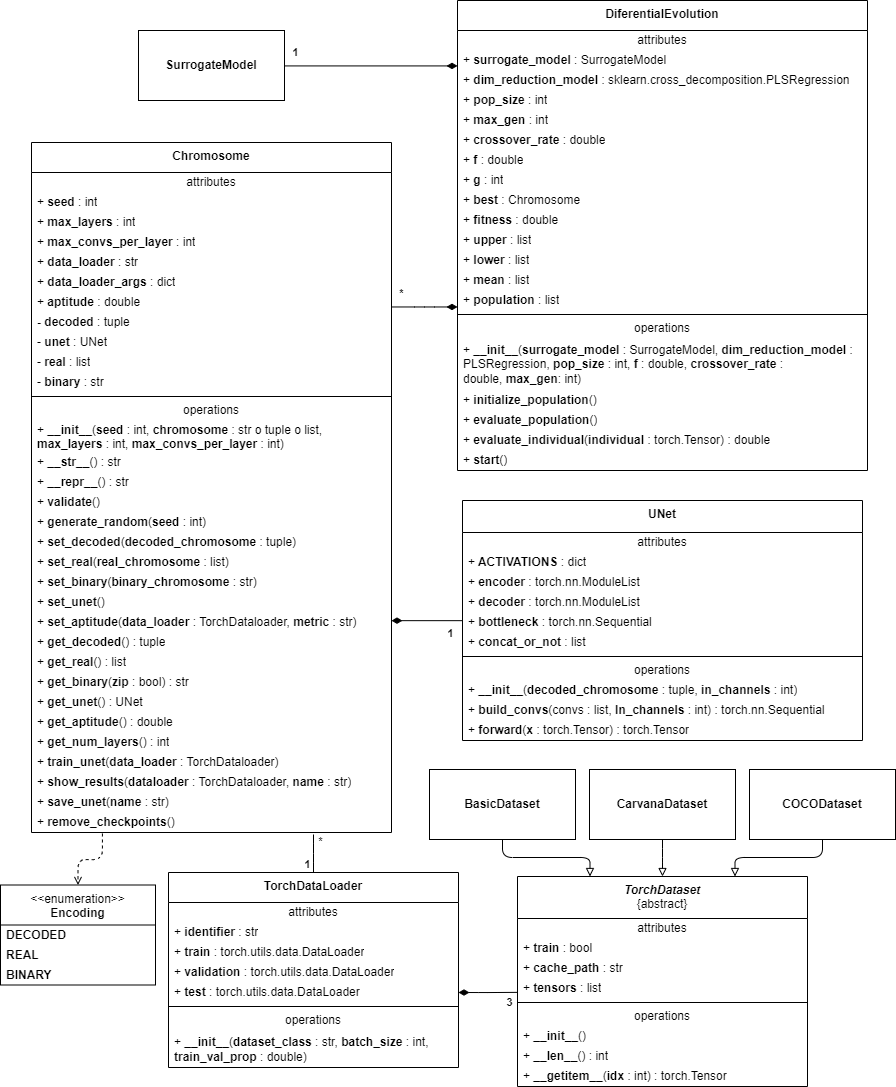
Above: diagramas/UML/Clases.drawio.png in TT-NAS/NAS (draw.io), before the change. Source tidied: cells renumbered, new cells last; positions are measured from the earlier drawing's top-left corner, leaving out a move shared by most shapes.
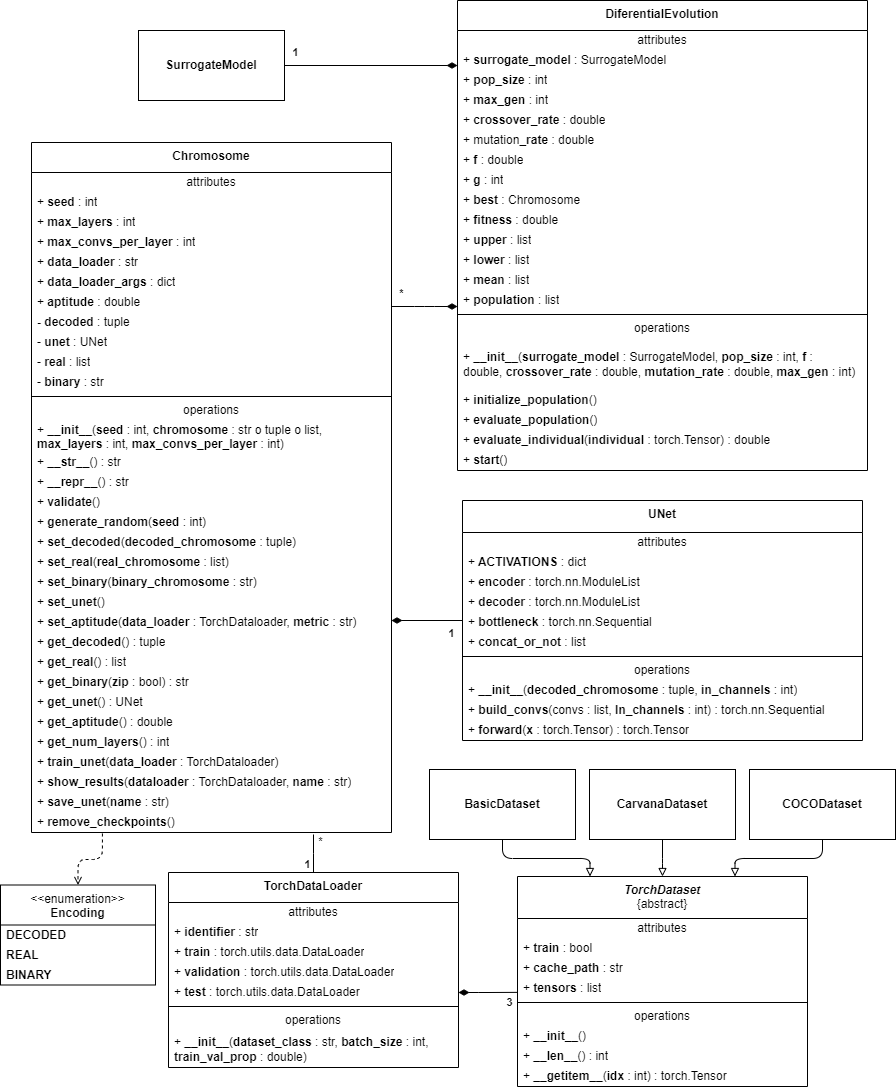
The same diagram one commit later.

Change to the diagram source:
```diff
@@ -270,18 +270,18 @@
     <mxCell id="87" value="+&lt;b&gt;&amp;nbsp;surrogate_model&amp;nbsp;&lt;/b&gt;: SurrogateModel" style="text;html=1;strokeColor=none;fillColor=none;align=left;verticalAlign=middle;spacingLeft=4;spacingRight=4;overflow=hidden;whiteSpace=wrap;fontColor=#000000;" parent="85" vertex="1">
       <mxGeometry y="50" width="410" height="20" as="geometry" />
     </mxCell>
-    <mxCell id="88" value="+ &lt;b&gt;dim_reduction_model&amp;nbsp;&lt;/b&gt;:&amp;nbsp;sklearn.cross_decomposition.PLSRegression" style="text;html=1;strokeColor=none;fillColor=none;align=left;verticalAlign=middle;spacingLeft=4;spacingRight=4;overflow=hidden;whiteSpace=wrap;fontColor=#000000;" parent="85" vertex="1">
-      <mxGeometry y="70" width="410" height="20" as="geometry" />
-    </mxCell>
     <mxCell id="89" value="+ &lt;b&gt;pop_size&amp;nbsp;&lt;/b&gt;: int" style="text;html=1;strokeColor=none;fillColor=none;align=left;verticalAlign=middle;spacingLeft=4;spacingRight=4;overflow=hidden;whiteSpace=wrap;fontColor=#000000;" parent="85" vertex="1">
-      <mxGeometry y="90" width="410" height="20" as="geometry" />
+      <mxGeometry y="70" width="410" height="20" as="geometry" />
     </mxCell>
     <mxCell id="90" value="+ &lt;b&gt;max_gen&amp;nbsp;&lt;/b&gt;: int" style="text;html=1;strokeColor=none;fillColor=none;align=left;verticalAlign=middle;spacingLeft=4;spacingRight=4;overflow=hidden;whiteSpace=wrap;fontColor=#000000;" parent="85" vertex="1">
-      <mxGeometry y="110" width="410" height="20" as="geometry" />
+      <mxGeometry y="90" width="410" height="20" as="geometry" />
     </mxCell>
     <mxCell id="91" value="+ &lt;b&gt;crossover_rate&amp;nbsp;&lt;/b&gt;: double" style="text;html=1;strokeColor=none;fillColor=none;align=left;verticalAlign=middle;spacingLeft=4;spacingRight=4;overflow=hidden;whiteSpace=wrap;fontColor=#000000;" parent="85" vertex="1">
-      <mxGeometry y="130" width="410" height="20" as="geometry" />
+      <mxGeometry y="110" width="410" height="20" as="geometry" />
     </mxCell>
+    <mxCell id="112" value="+ mutation&lt;b&gt;_rate&amp;nbsp;&lt;/b&gt;: double" style="text;html=1;strokeColor=none;fillColor=none;align=left;verticalAlign=middle;spacingLeft=4;spacingRight=4;overflow=hidden;whiteSpace=wrap;fontColor=#000000;" parent="85" vertex="1">
+      <mxGeometry y="130" width="410" height="20" as="geometry" />
+    </mxCell>
     <mxCell id="92" value="+ &lt;b&gt;f&amp;nbsp;&lt;/b&gt;: double" style="text;html=1;strokeColor=none;fillColor=none;align=left;verticalAlign=middle;spacingLeft=4;spacingRight=4;overflow=hidden;whiteSpace=wrap;fontColor=#000000;" parent="85" vertex="1">
       <mxGeometry y="150" width="410" height="20" as="geometry" />
     </mxCell>
@@ -312,7 +312,7 @@
     <mxCell id="101" value="operations" style="text;html=1;strokeColor=none;fillColor=none;align=center;verticalAlign=middle;spacingLeft=4;spacingRight=4;overflow=hidden;whiteSpace=wrap;fontColor=#000000;" parent="85" vertex="1">
       <mxGeometry y="318" width="410" height="20" as="geometry" />
     </mxCell>
-    <mxCell id="102" value="+ &lt;b&gt;__init__&lt;/b&gt;(&lt;b&gt;surrogate_model&amp;nbsp;&lt;/b&gt;: SurrogateModel, &lt;b&gt;dim_reduction_model&amp;nbsp;&lt;/b&gt;: PLSRegression,&amp;nbsp;&lt;span style=&quot;background-color: transparent;&quot;&gt;&lt;b&gt;pop_size&amp;nbsp;&lt;/b&gt;: int, &lt;b&gt;f&lt;/b&gt; : double,&amp;nbsp;&lt;/span&gt;&lt;span style=&quot;background-color: transparent;&quot;&gt;&lt;b&gt;crossover_rate&amp;nbsp;&lt;/b&gt;: double&lt;/span&gt;&lt;span style=&quot;background-color: transparent;&quot;&gt;,&amp;nbsp;&lt;/span&gt;&lt;span style=&quot;background-color: transparent;&quot;&gt;&lt;b&gt;max_gen&lt;/b&gt;: int&lt;/span&gt;&lt;span style=&quot;background-color: transparent;&quot;&gt;)&lt;/span&gt;" style="text;html=1;strokeColor=none;fillColor=none;align=left;verticalAlign=middle;spacingLeft=4;spacingRight=4;overflow=hidden;whiteSpace=wrap;fontColor=#000000;" parent="85" vertex="1">
+    <mxCell id="102" value="+ &lt;b&gt;__init__&lt;/b&gt;(&lt;b&gt;surrogate_model&amp;nbsp;&lt;/b&gt;: SurrogateModel, &lt;span style=&quot;background-color: transparent;&quot;&gt;&lt;b&gt;pop_size&amp;nbsp;&lt;/b&gt;: int, &lt;b&gt;f&lt;/b&gt; : double,&amp;nbsp;&lt;/span&gt;&lt;span style=&quot;background-color: transparent;&quot;&gt;&lt;b&gt;crossover_rate&amp;nbsp;&lt;/b&gt;: double, &lt;b&gt;mutation_rate&lt;/b&gt; : double&lt;/span&gt;&lt;span style=&quot;background-color: transparent;&quot;&gt;,&amp;nbsp;&lt;/span&gt;&lt;span style=&quot;background-color: transparent;&quot;&gt;&lt;b&gt;max_gen&amp;nbsp;&lt;/b&gt;: int&lt;/span&gt;&lt;span style=&quot;background-color: transparent;&quot;&gt;)&lt;/span&gt;" style="text;html=1;strokeColor=none;fillColor=none;align=left;verticalAlign=middle;spacingLeft=4;spacingRight=4;overflow=hidden;whiteSpace=wrap;fontColor=#000000;" parent="85" vertex="1">
       <mxGeometry y="338" width="410" height="52" as="geometry" />
     </mxCell>
     <mxCell id="103" value="+ &lt;b&gt;initialize_population&lt;/b&gt;()" style="text;html=1;strokeColor=none;fillColor=none;align=left;verticalAlign=middle;spacingLeft=4;spacingRight=4;overflow=hidden;whiteSpace=wrap;fontColor=#000000;" parent="85" vertex="1">
```
